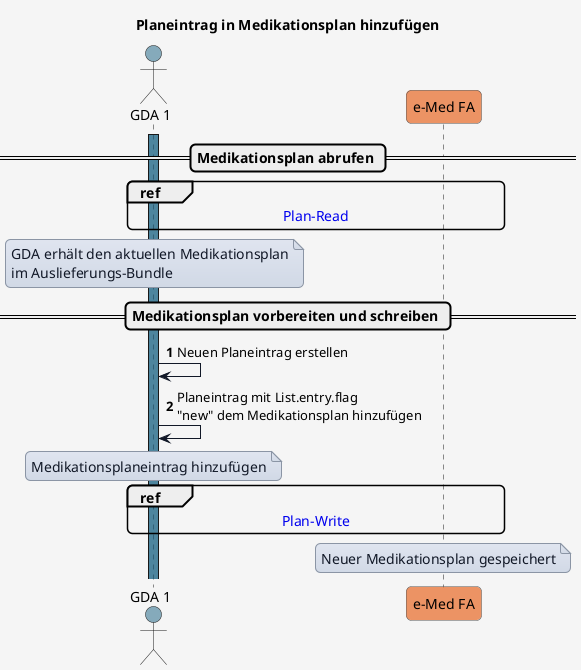
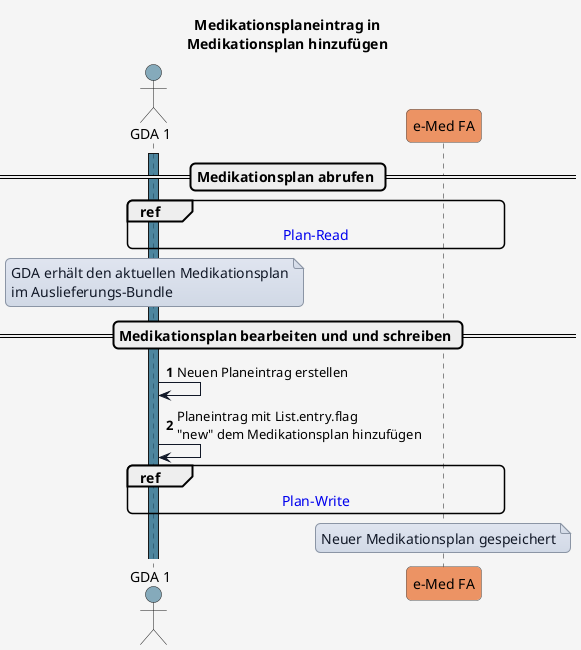
@startuml

- title Planeintrag in Medikationsplan hinzufügen
+ title Medikationsplaneintrag in\nMedikationsplan hinzufügen

'skinparam actorStyle awesome

skinparam borderColor #000000
skinparam backgroundColor #f5f5f5
skinparam shadowing false
skinparam roundCorner 10
skinparam defaultFontName "Arial"
skinparam defaultFontSize 14
skinparam defaultFontColor #000000
skinparam HyperlinkColor #0000EE
skinparam HyperlinkUnderline false
skinparam BoxPadding 20
skinparam BoxBorderColor #555555

skinparam note {
  BackgroundColor #e0e5f0-#d1d9e6
  BorderColor #8b95a5
  BorderThickness 1
  RoundCorner 0
  Padding 6
  FontColor #111827
  Shadowing false
}

skinparam sequence {
  ParticipantBorderColor #555555
  ParticipantBackgroundColor #ffffff
  ParticipantFontColor #000000
  ParticipantFontSize 14
  ParticipantPadding 20
  ArrowColor #111827
  ArrowThickness 1
  ArrowFontColor #000000
  ArrowFontSize 13
  GroupBorderColor #111827
  GroupBackgroundColor #eef2ff
  GroupBorderThickness 2
}

!define COLOR_GDA_1    #15608280
!define COLOR_GDA_2    #96607D80
!define COLOR_PATIENT  #196B2480
!define COLOR_APO      #0F9ED590
!define COLOR_EMED_FA  #e97232bd
!define COLOR_E_REZEPT #cd3732a9

!define COLOR_OK       #0F9ED525
!define COLOR_ERROR    #E9713235

actor GDA_1 as "GDA 1" COLOR_GDA_1
participant eMed_FA as "e-Med FA" COLOR_EMED_FA

autonumber


== Medikationsplan abrufen ==

activate GDA_1 COLOR_GDA_1

ref over GDA_1, eMed_FA : [[interactions.html#sequenzdiagramm-plan-read Plan-Read]]

note over GDA_1
GDA erhält den aktuellen Medikationsplan
im Auslieferungs-Bundle
end note

- == Medikationsplan vorbereiten und schreiben ==
+ == Medikationsplan bearbeiten und und schreiben ==

GDA_1 -> GDA_1: Neuen Planeintrag erstellen
GDA_1 -> GDA_1: Planeintrag mit List.entry.flag\n"new" dem Medikationsplan hinzufügen
- 
- note over GDA_1
- Medikationsplaneintrag hinzufügen
- end note

ref over GDA_1, eMed_FA : [[interactions.html#plan-write Plan-Write]]

note over eMed_FA
Neuer Medikationsplan gespeichert
end note

@enduml